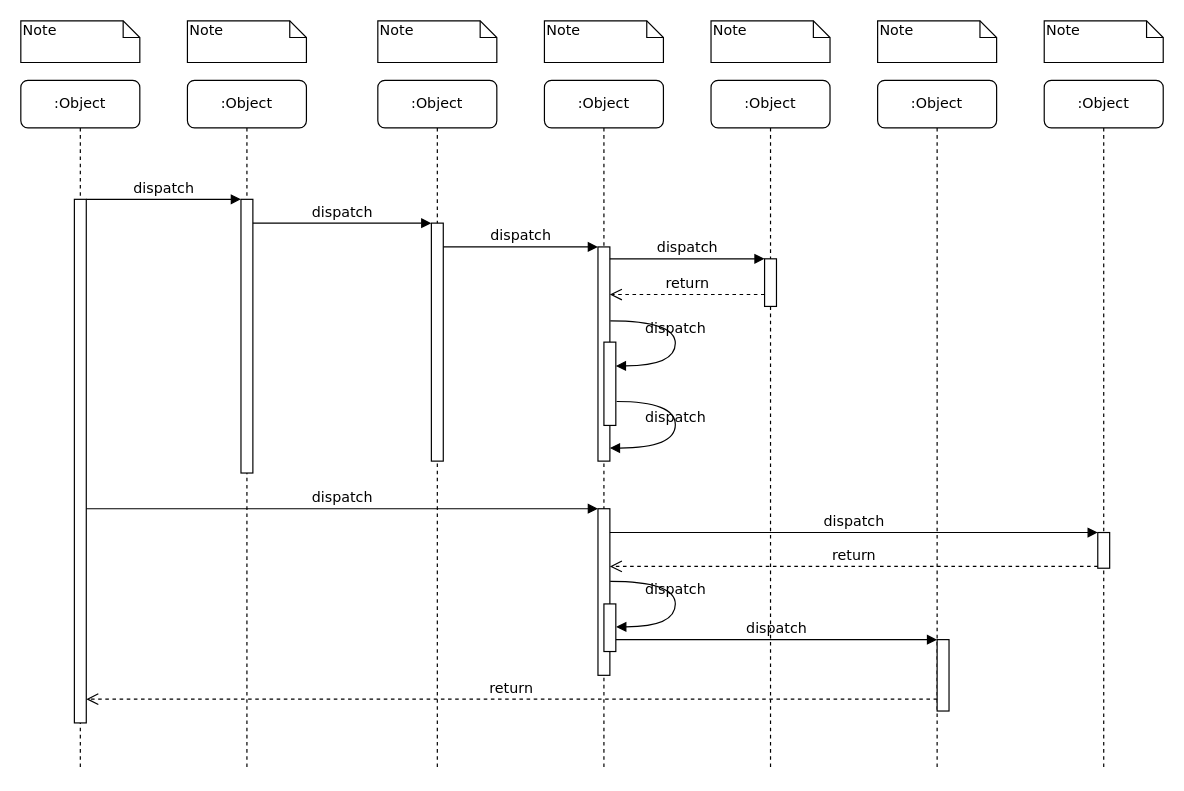
Above: 循序圖.drawio in Chang-Louis-XL/draw.io (draw.io), before the change. Source tidied: cells renumbered, new cells numbered last; positions are measured from the earlier drawing's top-left corner, leaving out a move shared by most shapes. Both pictures are drawn from the tidied source at 119%, with x=0, y=0 at pixel (20, 20).
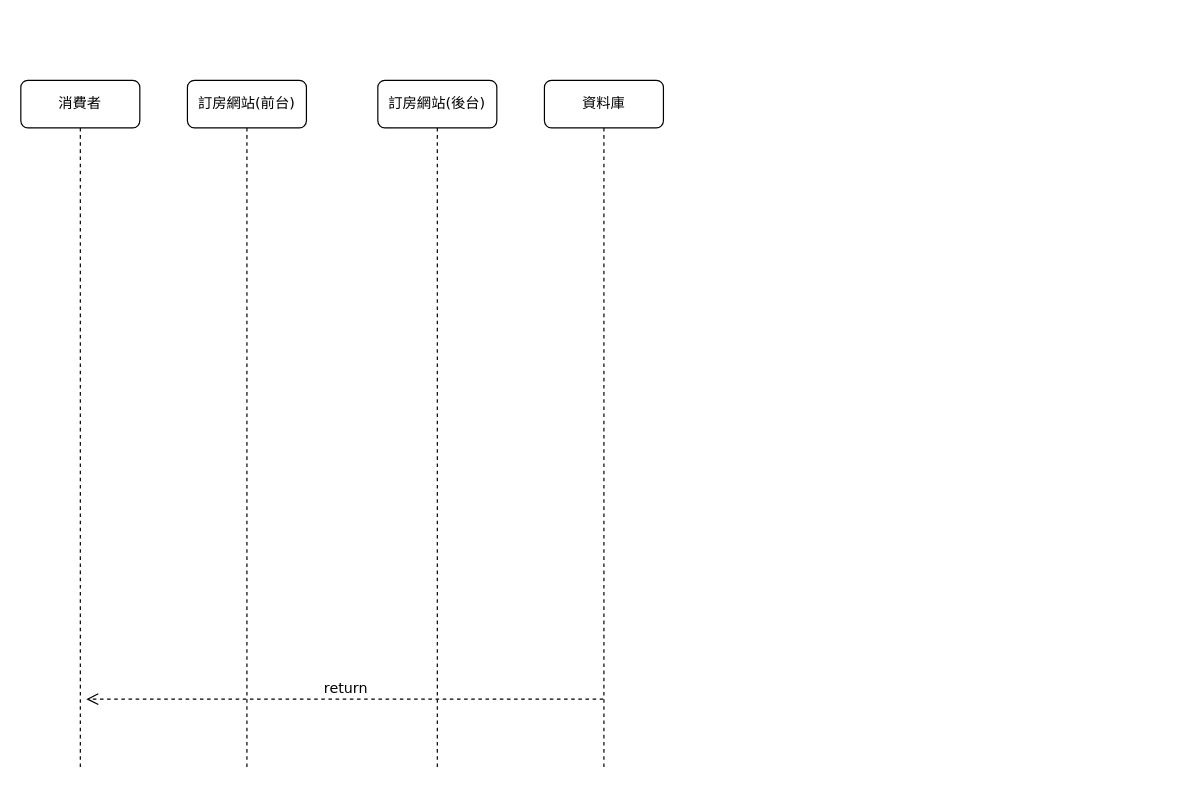
After the change.

Commit message:
更新循序圖.drawio

The edit, as a diff of the source:
```diff
@@
-    <mxCell id="2" value=":Object" style="shape=umlLifeline;perimeter=lifelinePerimeter;whiteSpace=wrap;html=1;rounded=1;shadow=0;comic=0;labelBackgroundColor=none;strokeWidth=1;fontFamily=Verdana;fontSize=12;align=center;" parent="1" vertex="1">
+    <mxCell id="2" value="訂房網站(前台)" style="shape=umlLifeline;perimeter=lifelinePerimeter;whiteSpace=wrap;html=1;rounded=1;shadow=0;comic=0;labelBackgroundColor=none;strokeWidth=1;fontFamily=Verdana;fontSize=12;align=center;" parent="1" vertex="1">
       <mxGeometry x="140" y="50" width="100" height="580" as="geometry" />
     </mxCell>
-    <mxCell id="3" style="html=1;points=[];perimeter=orthogonalPerimeter;rounded=0;shadow=0;comic=0;labelBackgroundColor=none;strokeWidth=1;fontFamily=Verdana;fontSize=12;align=center;" parent="2" vertex="1">
-      <mxGeometry x="45" y="100" width="10" height="230" as="geometry" />
-    </mxCell>
-    <mxCell id="4" value=":Object" style="shape=umlLifeline;perimeter=lifelinePerimeter;whiteSpace=wrap;html=1;rounded=1;shadow=0;comic=0;labelBackgroundColor=none;strokeWidth=1;fontFamily=Verdana;fontSize=12;align=center;" parent="1" vertex="1">
+    <mxCell id="4" value="訂房網站(後台)" style="shape=umlLifeline;perimeter=lifelinePerimeter;whiteSpace=wrap;html=1;rounded=1;shadow=0;comic=0;labelBackgroundColor=none;strokeWidth=1;fontFamily=Verdana;fontSize=12;align=center;" parent="1" vertex="1">
       <mxGeometry x="300" y="50" width="100" height="580" as="geometry" />
     </mxCell>
-    <mxCell id="5" style="html=1;points=[];perimeter=orthogonalPerimeter;rounded=0;shadow=0;comic=0;labelBackgroundColor=none;strokeWidth=1;fontFamily=Verdana;fontSize=12;align=center;" parent="4" vertex="1">
-      <mxGeometry x="45" y="120" width="10" height="200" as="geometry" />
-    </mxCell>
-    <mxCell id="6" value=":Object" style="shape=umlLifeline;perimeter=lifelinePerimeter;whiteSpace=wrap;html=1;outlineConnect=0;rounded=1;shadow=0;comic=0;labelBackgroundColor=none;strokeWidth=1;fontFamily=Verdana;fontSize=12;align=center;" parent="1" vertex="1">
+    <mxCell id="6" value="資料庫" style="shape=umlLifeline;perimeter=lifelinePerimeter;whiteSpace=wrap;html=1;outlineConnect=0;rounded=1;shadow=0;comic=0;labelBackgroundColor=none;strokeWidth=1;fontFamily=Verdana;fontSize=12;align=center;" parent="1" vertex="1">
       <mxGeometry x="440" y="50" width="100" height="580" as="geometry" />
     </mxCell>
-    <mxCell id="7" value=":Object" style="shape=umlLifeline;perimeter=lifelinePerimeter;whiteSpace=wrap;html=1;rounded=1;shadow=0;comic=0;labelBackgroundColor=none;strokeWidth=1;fontFamily=Verdana;fontSize=12;align=center;" parent="1" vertex="1">
-      <mxGeometry x="580" y="50" width="100" height="580" as="geometry" />
-    </mxCell>
-    <mxCell id="8" value=":Object" style="shape=umlLifeline;perimeter=lifelinePerimeter;whiteSpace=wrap;html=1;rounded=1;shadow=0;comic=0;labelBackgroundColor=none;strokeWidth=1;fontFamily=Verdana;fontSize=12;align=center;" parent="1" vertex="1">
-      <mxGeometry x="720" y="50" width="100" height="580" as="geometry" />
-    </mxCell>
-    <mxCell id="9" value=":Object" style="shape=umlLifeline;perimeter=lifelinePerimeter;whiteSpace=wrap;html=1;rounded=1;shadow=0;comic=0;labelBackgroundColor=none;strokeWidth=1;fontFamily=Verdana;fontSize=12;align=center;" parent="1" vertex="1">
-      <mxGeometry x="860" y="50" width="100" height="580" as="geometry" />
-    </mxCell>
-    <mxCell id="10" value=":Object" style="shape=umlLifeline;perimeter=lifelinePerimeter;whiteSpace=wrap;html=1;rounded=1;shadow=0;comic=0;labelBackgroundColor=none;strokeWidth=1;fontFamily=Verdana;fontSize=12;align=center;" parent="1" vertex="1">
+    <mxCell id="10" value="消費者" style="shape=umlLifeline;perimeter=lifelinePerimeter;whiteSpace=wrap;html=1;rounded=1;shadow=0;comic=0;labelBackgroundColor=none;strokeWidth=1;fontFamily=Verdana;fontSize=12;align=center;" parent="1" vertex="1">
       <mxGeometry y="50" width="100" height="580" as="geometry" />
     </mxCell>
-    <mxCell id="11" style="html=1;points=[];perimeter=orthogonalPerimeter;rounded=0;shadow=0;comic=0;labelBackgroundColor=none;strokeWidth=1;fontFamily=Verdana;fontSize=12;align=center;" parent="10" vertex="1">
-      <mxGeometry x="45" y="100" width="10" height="440" as="geometry" />
-    </mxCell>
-    <mxCell id="12" style="html=1;points=[];perimeter=orthogonalPerimeter;rounded=0;shadow=0;comic=0;labelBackgroundColor=none;strokeWidth=1;fontFamily=Verdana;fontSize=12;align=center;" parent="1" vertex="1">
-      <mxGeometry x="485" y="190" width="10" height="180" as="geometry" />
-    </mxCell>
-    <mxCell id="13" value="dispatch" style="html=1;verticalAlign=bottom;endArrow=block;labelBackgroundColor=none;fontFamily=Verdana;fontSize=12;edgeStyle=elbowEdgeStyle;elbow=vertical;" parent="1" edge="1" source="5" target="12">
-      <mxGeometry relative="1" as="geometry">
-        <Array as="points">
-          <mxPoint x="360" y="190" />
-        </Array>
-      </mxGeometry>
-    </mxCell>
-    <mxCell id="14" style="html=1;points=[];perimeter=orthogonalPerimeter;rounded=0;shadow=0;comic=0;labelBackgroundColor=none;strokeWidth=1;fontFamily=Verdana;fontSize=12;align=center;" parent="1" vertex="1">
-      <mxGeometry x="625" y="200" width="10" height="40" as="geometry" />
-    </mxCell>
-    <mxCell id="15" value="dispatch" style="html=1;verticalAlign=bottom;endArrow=block;entryX=0;entryY=0;labelBackgroundColor=none;fontFamily=Verdana;fontSize=12;edgeStyle=elbowEdgeStyle;elbow=vertical;" parent="1" edge="1" source="12" target="14">
-      <mxGeometry relative="1" as="geometry" />
-    </mxCell>
-    <mxCell id="16" value="return" style="html=1;verticalAlign=bottom;endArrow=open;dashed=1;endSize=8;labelBackgroundColor=none;fontFamily=Verdana;fontSize=12;edgeStyle=elbowEdgeStyle;elbow=vertical;" parent="1" edge="1" source="14" target="12">
-      <mxGeometry relative="1" as="geometry">
-        <Array as="points">
-          <mxPoint x="570" y="230" />
-          <mxPoint x="600" y="230" />
-        </Array>
-      </mxGeometry>
-    </mxCell>
-    <mxCell id="17" style="html=1;points=[];perimeter=orthogonalPerimeter;rounded=0;shadow=0;comic=0;labelBackgroundColor=none;strokeWidth=1;fontFamily=Verdana;fontSize=12;align=center;" parent="1" vertex="1">
-      <mxGeometry x="485" y="410" width="10" height="140" as="geometry" />
-    </mxCell>
-    <mxCell id="18" value="dispatch" style="html=1;verticalAlign=bottom;endArrow=block;entryX=0;entryY=0;labelBackgroundColor=none;fontFamily=Verdana;fontSize=12;" parent="1" edge="1" source="11" target="17">
-      <mxGeometry relative="1" as="geometry" />
-    </mxCell>
-    <mxCell id="19" style="html=1;points=[];perimeter=orthogonalPerimeter;rounded=0;shadow=0;comic=0;labelBackgroundColor=none;strokeColor=#000000;strokeWidth=1;fillColor=#FFFFFF;fontFamily=Verdana;fontSize=12;fontColor=#000000;align=center;" parent="1" vertex="1">
-      <mxGeometry x="905" y="430" width="10" height="30" as="geometry" />
-    </mxCell>
-    <mxCell id="20" value="dispatch" style="html=1;verticalAlign=bottom;endArrow=block;entryX=0;entryY=0;labelBackgroundColor=none;fontFamily=Verdana;fontSize=12;" parent="1" edge="1" source="17" target="19">
-      <mxGeometry relative="1" as="geometry" />
-    </mxCell>
-    <mxCell id="21" value="return" style="html=1;verticalAlign=bottom;endArrow=open;dashed=1;endSize=8;exitX=0;exitY=0.95;labelBackgroundColor=none;fontFamily=Verdana;fontSize=12;" parent="1" edge="1" source="19" target="17">
-      <mxGeometry relative="1" as="geometry" />
-    </mxCell>
-    <mxCell id="22" style="html=1;points=[];perimeter=orthogonalPerimeter;rounded=0;shadow=0;comic=0;labelBackgroundColor=none;strokeWidth=1;fontFamily=Verdana;fontSize=12;align=center;" parent="1" vertex="1">
-      <mxGeometry x="770" y="520" width="10" height="60" as="geometry" />
-    </mxCell>
-    <mxCell id="23" value="dispatch" style="html=1;verticalAlign=bottom;endArrow=block;entryX=0;entryY=0;labelBackgroundColor=none;fontFamily=Verdana;fontSize=12;edgeStyle=elbowEdgeStyle;elbow=vertical;" parent="1" edge="1" source="30" target="22">
-      <mxGeometry relative="1" as="geometry" />
-    </mxCell>
-    <mxCell id="24" value="return" style="html=1;verticalAlign=bottom;endArrow=open;dashed=1;endSize=8;labelBackgroundColor=none;fontFamily=Verdana;fontSize=12;edgeStyle=elbowEdgeStyle;elbow=vertical;" parent="1" edge="1" source="22" target="11">
+    <mxCell id="24" value="return" style="html=1;verticalAlign=bottom;endArrow=open;dashed=1;endSize=8;labelBackgroundColor=none;fontFamily=Verdana;fontSize=12;edgeStyle=elbowEdgeStyle;elbow=vertical;" parent="1" edge="1" source="6">
       <mxGeometry relative="1" as="geometry">
+        <mxPoint x="55" y="570" as="targetPoint" />
         <Array as="points">
           <mxPoint x="470" y="570" />
         </Array>
       </mxGeometry>
     </mxCell>
-    <mxCell id="25" value="dispatch" style="html=1;verticalAlign=bottom;endArrow=block;entryX=0;entryY=0;labelBackgroundColor=none;fontFamily=Verdana;fontSize=12;edgeStyle=elbowEdgeStyle;elbow=vertical;" parent="1" edge="1" source="11" target="3">
-      <mxGeometry relative="1" as="geometry" />
-    </mxCell>
-    <mxCell id="26" value="dispatch" style="html=1;verticalAlign=bottom;endArrow=block;entryX=0;entryY=0;labelBackgroundColor=none;fontFamily=Verdana;fontSize=12;edgeStyle=elbowEdgeStyle;elbow=vertical;" parent="1" edge="1" source="3" target="5">
-      <mxGeometry relative="1" as="geometry" />
-    </mxCell>
-    <mxCell id="27" style="html=1;points=[];perimeter=orthogonalPerimeter;rounded=0;shadow=0;comic=0;labelBackgroundColor=none;strokeWidth=1;fontFamily=Verdana;fontSize=12;align=center;" parent="1" vertex="1">
-      <mxGeometry x="490" y="270" width="10" height="70" as="geometry" />
-    </mxCell>
-    <mxCell id="28" value="dispatch" style="html=1;verticalAlign=bottom;endArrow=block;labelBackgroundColor=none;fontFamily=Verdana;fontSize=12;elbow=vertical;edgeStyle=orthogonalEdgeStyle;curved=1;entryX=1;entryY=0.286;entryPerimeter=0;exitX=1.038;exitY=0.345;exitPerimeter=0;" parent="1" edge="1" source="12" target="27">
-      <mxGeometry relative="1" as="geometry">
-        <Array as="points">
-          <mxPoint x="550" y="252" />
-          <mxPoint x="550" y="290" />
-        </Array>
-      </mxGeometry>
-    </mxCell>
-    <mxCell id="29" value="dispatch" style="html=1;verticalAlign=bottom;endArrow=block;labelBackgroundColor=none;fontFamily=Verdana;fontSize=12;elbow=vertical;edgeStyle=orthogonalEdgeStyle;curved=1;exitX=1.066;exitY=0.713;exitPerimeter=0;" parent="1" edge="1" source="27">
-      <mxGeometry relative="1" as="geometry">
-        <mxPoint x="495" y="359" as="targetPoint" />
-        <Array as="points">
-          <mxPoint x="550" y="320" />
-          <mxPoint x="550" y="359" />
-        </Array>
-      </mxGeometry>
-    </mxCell>
-    <mxCell id="30" style="html=1;points=[];perimeter=orthogonalPerimeter;rounded=0;shadow=0;comic=0;labelBackgroundColor=none;strokeWidth=1;fontFamily=Verdana;fontSize=12;align=center;" parent="1" vertex="1">
-      <mxGeometry x="490" y="490" width="10" height="40" as="geometry" />
-    </mxCell>
-    <mxCell id="31" value="dispatch" style="html=1;verticalAlign=bottom;endArrow=block;labelBackgroundColor=none;fontFamily=Verdana;fontSize=12;elbow=vertical;edgeStyle=orthogonalEdgeStyle;curved=1;entryX=1;entryY=0.286;entryPerimeter=0;exitX=1.038;exitY=0.345;exitPerimeter=0;" parent="1" edge="1">
-      <mxGeometry relative="1" as="geometry">
-        <mxPoint x="495.3" y="471" as="sourcePoint" />
-        <mxPoint x="500.3" y="509.3" as="targetPoint" />
-        <Array as="points">
-          <mxPoint x="550" y="471" />
-          <mxPoint x="550" y="509" />
-        </Array>
-      </mxGeometry>
-    </mxCell>
-    <mxCell id="32" value="Note" style="shape=note;whiteSpace=wrap;html=1;size=14;verticalAlign=top;align=left;spacingTop=-6;rounded=0;shadow=0;comic=0;labelBackgroundColor=none;strokeWidth=1;fontFamily=Verdana;fontSize=12;" parent="1" vertex="1">
-      <mxGeometry width="100" height="35" as="geometry" />
-    </mxCell>
-    <mxCell id="33" value="Note" style="shape=note;whiteSpace=wrap;html=1;size=14;verticalAlign=top;align=left;spacingTop=-6;rounded=0;shadow=0;comic=0;labelBackgroundColor=none;strokeWidth=1;fontFamily=Verdana;fontSize=12;" parent="1" vertex="1">
-      <mxGeometry x="140" width="100" height="35" as="geometry" />
-    </mxCell>
-    <mxCell id="34" value="Note" style="shape=note;whiteSpace=wrap;html=1;size=14;verticalAlign=top;align=left;spacingTop=-6;rounded=0;shadow=0;comic=0;labelBackgroundColor=none;strokeWidth=1;fontFamily=Verdana;fontSize=12;" parent="1" vertex="1">
-      <mxGeometry x="300" width="100" height="35" as="geometry" />
-    </mxCell>
-    <mxCell id="35" value="Note" style="shape=note;whiteSpace=wrap;html=1;size=14;verticalAlign=top;align=left;spacingTop=-6;rounded=0;shadow=0;comic=0;labelBackgroundColor=none;strokeWidth=1;fontFamily=Verdana;fontSize=12;" parent="1" vertex="1">
-      <mxGeometry x="440" width="100" height="35" as="geometry" />
-    </mxCell>
-    <mxCell id="36" value="Note" style="shape=note;whiteSpace=wrap;html=1;size=14;verticalAlign=top;align=left;spacingTop=-6;rounded=0;shadow=0;comic=0;labelBackgroundColor=none;strokeWidth=1;fontFamily=Verdana;fontSize=12;" parent="1" vertex="1">
-      <mxGeometry x="580" width="100" height="35" as="geometry" />
-    </mxCell>
-    <mxCell id="37" value="Note" style="shape=note;whiteSpace=wrap;html=1;size=14;verticalAlign=top;align=left;spacingTop=-6;rounded=0;shadow=0;comic=0;labelBackgroundColor=none;strokeWidth=1;fontFamily=Verdana;fontSize=12;" parent="1" vertex="1">
-      <mxGeometry x="720" width="100" height="35" as="geometry" />
-    </mxCell>
-    <mxCell id="38" value="Note" style="shape=note;whiteSpace=wrap;html=1;size=14;verticalAlign=top;align=left;spacingTop=-6;rounded=0;shadow=0;comic=0;labelBackgroundColor=none;strokeWidth=1;fontFamily=Verdana;fontSize=12;" parent="1" vertex="1">
-      <mxGeometry x="860" width="100" height="35" as="geometry" />
-    </mxCell>
```
